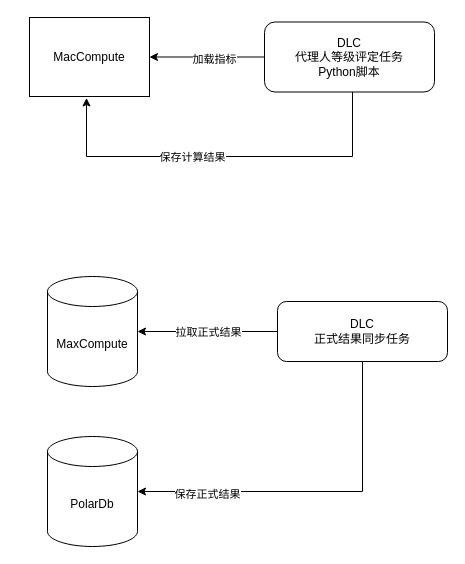
This is 友邦/友邦等级评定数据流.drawio from XiaoLiuAI/diagrams, a draw.io file, before an edit. Source tidied: cells renumbered, new cells numbered last; positions are measured from the earlier drawing's top-left corner, leaving out a move shared by most shapes. Both pictures are drawn from the tidied source at 100%, with x=0, y=0 at pixel (29, 17).
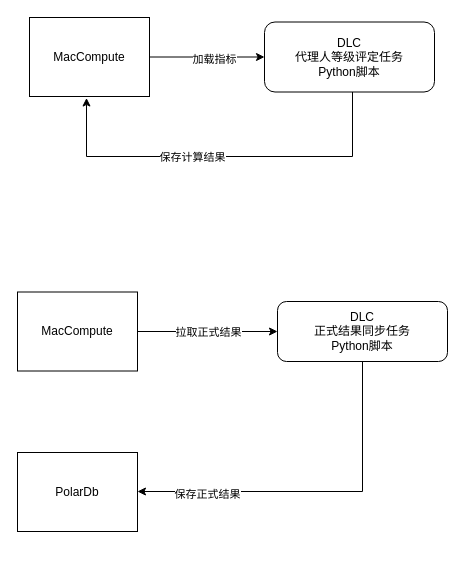
Above is the later version.

Commit message:
Update 友邦等级评定数据流.drawio

The change refers to these unchanged cells:
```xml
<mxCell id="4" value="DLC&lt;div&gt;代理人等级评定任务&lt;/div&gt;&lt;div&gt;Python脚本&lt;/div&gt;" style="rounded=1;whiteSpace=wrap;html=1;" parent="1" vertex="1">
  <mxGeometry x="235" y="4.5" width="170" height="70" as="geometry" />
</mxCell>
<mxCell id="14" value="MacCompute" style="rounded=0;whiteSpace=wrap;html=1;" parent="1" vertex="1">
  <mxGeometry width="120" height="79" as="geometry" />
</mxCell>
```

Change to the diagram source:
```diff
@@
-    <mxCell id="2" style="edgeStyle=orthogonalEdgeStyle;rounded=0;jettySize=auto;html=1;" parent="1" edge="1" source="4" target="14">
+    <mxCell id="2" style="edgeStyle=orthogonalEdgeStyle;rounded=0;jettySize=auto;html=1;startArrow=classic;startFill=1;endArrow=none;endFill=0;" parent="1" edge="1" source="4" target="14">
       <mxGeometry relative="1" as="geometry" />
     </mxCell>
@@
-    <mxCell id="7" value="MaxCompute" style="shape=cylinder3;whiteSpace=wrap;html=1;boundedLbl=1;backgroundOutline=1;size=15;" parent="1" vertex="1">
-      <mxGeometry x="18" y="259" width="90" height="110" as="geometry" />
-    </mxCell>
-    <mxCell id="8" style="edgeStyle=orthogonalEdgeStyle;rounded=0;jettySize=auto;html=1;" parent="1" edge="1" source="10" target="7">
-      <mxGeometry relative="1" as="geometry" />
+    <mxCell id="8" style="edgeStyle=orthogonalEdgeStyle;rounded=0;jettySize=auto;html=1;startArrow=classic;startFill=1;endArrow=none;endFill=0;" parent="1" edge="1" source="10">
+      <mxGeometry relative="1" as="geometry">
+        <mxPoint x="108" y="314" as="targetPoint" />
+      </mxGeometry>
     </mxCell>
@@
-    <mxCell id="10" value="DLC&lt;div&gt;正式结果同步任务&lt;/div&gt;" style="rounded=1;whiteSpace=wrap;html=1;" parent="1" vertex="1">
+    <mxCell id="10" value="DLC&lt;div&gt;正式结果同步任务&lt;/div&gt;&lt;div&gt;Python脚本&lt;/div&gt;" style="rounded=1;whiteSpace=wrap;html=1;" parent="1" vertex="1">
       <mxGeometry x="248" y="284" width="170" height="60" as="geometry" />
     </mxCell>
-    <mxCell id="11" value="PolarDb" style="shape=cylinder3;whiteSpace=wrap;html=1;boundedLbl=1;backgroundOutline=1;size=15;" parent="1" vertex="1">
-      <mxGeometry x="18" y="419" width="90" height="110" as="geometry" />
-    </mxCell>
-    <mxCell id="12" style="edgeStyle=orthogonalEdgeStyle;rounded=0;jettySize=auto;html=1;entryX=1;entryY=0.5;entryDx=0;entryDy=0;entryPerimeter=0;" parent="1" edge="1" source="10" target="11">
+    <mxCell id="12" style="edgeStyle=orthogonalEdgeStyle;rounded=0;jettySize=auto;html=1;entryX=1;entryY=0.5;entryDx=0;entryDy=0;entryPerimeter=0;" parent="1" edge="1" source="10">
       <mxGeometry relative="1" as="geometry">
+        <mxPoint x="108" y="474" as="targetPoint" />
         <Array as="points">
           <mxPoint x="333" y="474" />
         </Array>
       </mxGeometry>
     </mxCell>
@@
+    <mxCell id="15" value="MacCompute" style="rounded=0;whiteSpace=wrap;html=1;" parent="1" vertex="1">
+      <mxGeometry x="-12" y="274.5" width="120" height="79" as="geometry" />
+    </mxCell>
+    <mxCell id="11" value="PolarDb" style="rounded=0;whiteSpace=wrap;html=1;" parent="1" vertex="1">
+      <mxGeometry x="-12" y="435" width="120" height="79" as="geometry" />
+    </mxCell>
```
